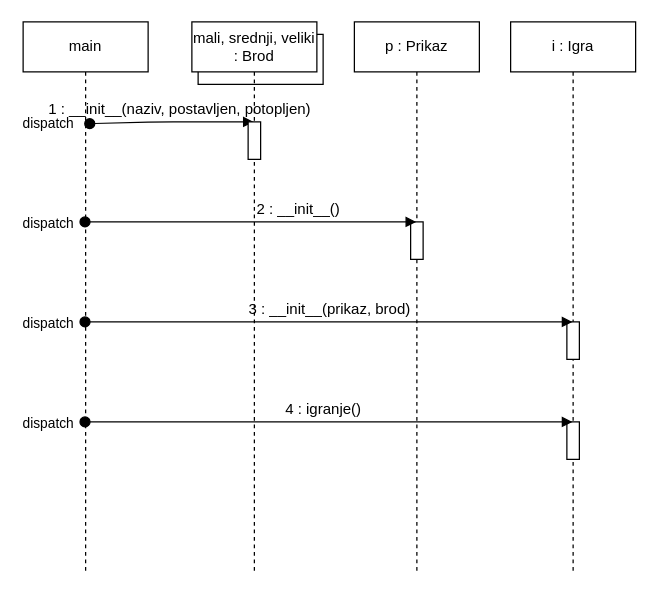
This is page "Dijagram slijeda main" (11 of 18) of Dijagram.drawio from LukaFarkas99/Battleship, a draw.io file, before an edit. Source tidied: cells renumbered, new cells numbered last; positions are measured from the earlier drawing's top-left corner, leaving out a move shared by most shapes. Both pictures are drawn from the tidied source at 125%, with x=0, y=0 at pixel (22, 21).
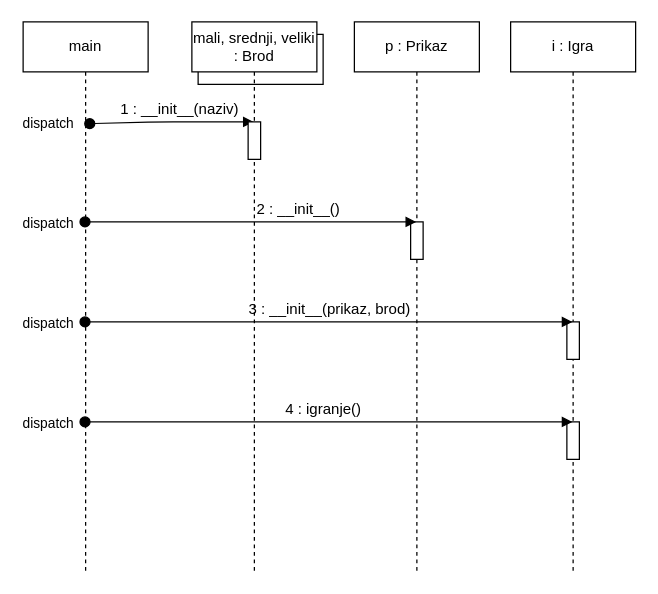
The same page after the edit.

What changed in the source:
```diff
@@
-    <mxCell id="10" value="1 : __init__(naziv, postavljen, potopljen)" style="text;html=1;align=center;verticalAlign=middle;fillColor=none;strokeColor=none;rounded=0;" parent="1" vertex="1">
-      <mxGeometry x="10" y="60" width="230" height="20" as="geometry" />
+    <mxCell id="10" value="1 : __init__(naziv)" style="text;html=1;align=center;verticalAlign=middle;fillColor=none;strokeColor=none;rounded=0;" parent="1" vertex="1">
+      <mxGeometry x="70" y="60" width="110" height="20" as="geometry" />
     </mxCell>
```
